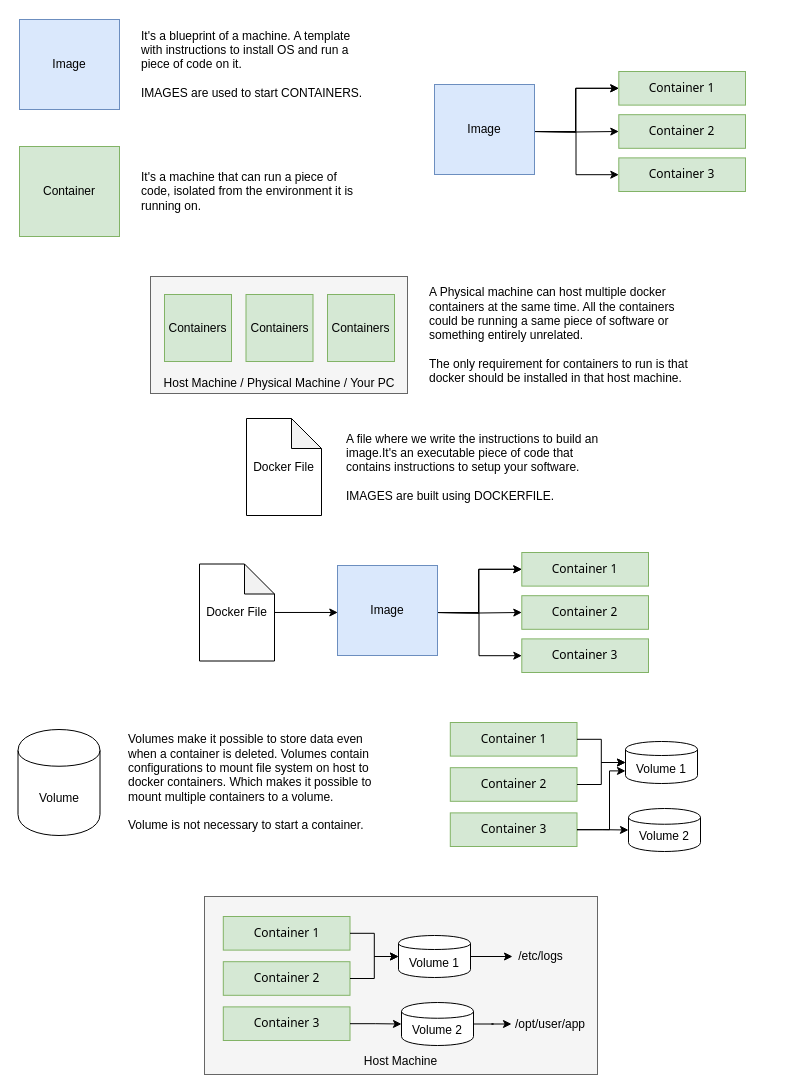
gauthamchettiar/notes keeps this draw.io diagram as page "Basics 1" (3 of 4) of resources/docker/docker.drawio. Above is the earlier version. Source tidied: cells renumbered, new cells numbered last; positions are measured from the earlier drawing's top-left corner, leaving out a move shared by most shapes. Both pictures are drawn from the tidied source at 100%, with x=0, y=0 at pixel (17, 19).
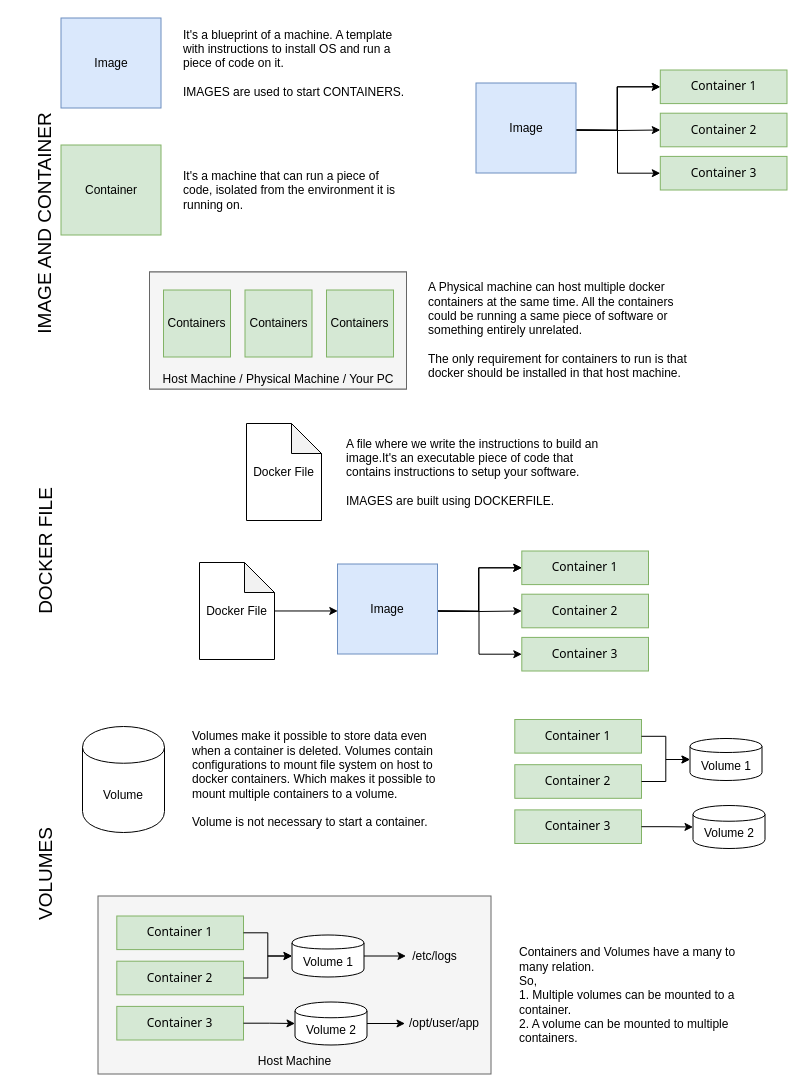
After the change.

Unchanged cells that the change refers to:
```xml
<mxCell id="47" value="Container 3" style="rounded=0;whiteSpace=wrap;html=1;fontFamily=Tahoma;fillColor=#d5e8d4;strokeColor=#82b366;" parent="44" vertex="1">
  <mxGeometry y="90.4" width="126.7" height="33.6" as="geometry" />
</mxCell>
<mxCell id="48" value="&lt;div&gt;Volume 1&lt;/div&gt;" style="shape=cylinder;whiteSpace=wrap;html=1;boundedLbl=1;backgroundOutline=1;align=center;" parent="44" vertex="1">
  <mxGeometry x="175.2" y="19" width="72" height="42" as="geometry" />
</mxCell>
```

Change to the diagram source:
```diff
@@
     <mxCell id="2" style="group;" parent="1" vertex="1">
-      <mxGeometry x="2" y="127" width="350" height="90" as="geometry" />
+      <mxGeometry x="43.5" y="125.5" width="350" height="90" as="geometry" />
     </mxCell>
@@
     <mxCell id="5" style="group;" parent="1" vertex="1">
-      <mxGeometry x="2" width="350" height="90" as="geometry" />
+      <mxGeometry x="43.5" y="-1.5" width="350" height="90" as="geometry" />
     </mxCell>
@@
     <mxCell id="8" style="group;" parent="1" vertex="1">
-      <mxGeometry x="229" y="399" width="355" height="97" as="geometry" />
+      <mxGeometry x="229" y="404" width="355" height="97" as="geometry" />
     </mxCell>
@@
     <mxCell id="11" style="group;" parent="1" vertex="1">
-      <mxGeometry x="417" y="52" width="311" height="120" as="geometry" />
+      <mxGeometry x="458.5" y="50.5" width="311" height="120" as="geometry" />
     </mxCell>
@@
     <mxCell id="20" style="group;" parent="1" vertex="1">
-      <mxGeometry x="182" y="533" width="449" height="120" as="geometry" />
+      <mxGeometry x="182" y="531.5" width="449" height="120" as="geometry" />
     </mxCell>
@@
     <mxCell id="32" style="group;" parent="1" vertex="1">
-      <mxGeometry x="133" y="257" width="547" height="117" as="geometry" />
+      <mxGeometry x="132" y="252.5" width="547" height="117" as="geometry" />
     </mxCell>
@@
     <mxCell id="41" style="group;" parent="1" vertex="1">
-      <mxGeometry x="0.5" y="710" width="358" height="106" as="geometry" />
+      <mxGeometry x="65" y="707" width="358" height="106" as="geometry" />
     </mxCell>
@@
     <mxCell id="44" style="group;" parent="1" vertex="1">
-      <mxGeometry x="432.8" y="703" width="250.2" height="129" as="geometry" />
+      <mxGeometry x="497.3" y="700" width="250.2" height="129" as="geometry" />
     </mxCell>
@@
-    <mxCell id="49" style="edgeStyle=orthogonalEdgeStyle;rounded=0;jettySize=auto;html=1;entryX=0;entryY=0.7;entryDx=0;entryDy=0;" parent="44" edge="1" source="47" target="48">
-      <mxGeometry relative="1" as="geometry">
-        <Array as="points">
-          <mxPoint x="159.2" y="107" />
-          <mxPoint x="159.2" y="48" />
-        </Array>
-      </mxGeometry>
-    </mxCell>
@@
+    <mxCell id="71" style="group;" parent="1" vertex="1">
+      <mxGeometry x="80.5" y="876.5" width="651" height="178" as="geometry" />
+    </mxCell>
-    <mxCell id="54" style="group;" parent="1" vertex="1">
-      <mxGeometry x="187" y="877" width="393" height="178" as="geometry" />
+    <mxCell id="54" style="group;" parent="71" vertex="1">
+      <mxGeometry width="393" height="178" as="geometry" />
     </mxCell>
@@
+    <mxCell id="72" value="&lt;div align=&quot;left&quot;&gt;Containers and Volumes have a many to many relation. &lt;br&gt;&lt;/div&gt;&lt;div align=&quot;left&quot;&gt;So,&lt;br&gt;&lt;/div&gt;&lt;div align=&quot;left&quot;&gt;1. Multiple volumes can be mounted to a container.&lt;/div&gt;&lt;div align=&quot;left&quot;&gt;2. A volume can be mounted to multiple containers.&lt;br&gt;&lt;/div&gt;" style="text;html=1;strokeColor=none;fillColor=none;align=left;verticalAlign=middle;whiteSpace=wrap;rounded=0;" parent="71" vertex="1">
+      <mxGeometry x="419" y="89" width="232" height="20" as="geometry" />
+    </mxCell>
+    <mxCell id="73" value="&lt;font style=&quot;font-size: 19px&quot;&gt;VOLUMES&lt;/font&gt;" style="text;html=1;strokeColor=none;fillColor=none;align=center;verticalAlign=middle;whiteSpace=wrap;rounded=0;rotation=-90;" parent="1" vertex="1">
+      <mxGeometry x="-136" y="844.5" width="328" height="20" as="geometry" />
+    </mxCell>
+    <mxCell id="74" value="&lt;font style=&quot;font-size: 19px&quot;&gt;IMAGE AND CONTAINER&lt;/font&gt;" style="text;html=1;strokeColor=none;fillColor=none;align=center;verticalAlign=middle;whiteSpace=wrap;rounded=0;rotation=-90;" parent="1" vertex="1">
+      <mxGeometry x="-136" y="194" width="328" height="20" as="geometry" />
+    </mxCell>
+    <mxCell id="75" value="&lt;div style=&quot;font-size: 19px&quot;&gt;&lt;font style=&quot;font-size: 19px&quot;&gt;DOCKER FILE&lt;/font&gt;&lt;/div&gt;" style="text;html=1;strokeColor=none;fillColor=none;align=center;verticalAlign=middle;whiteSpace=wrap;rounded=0;rotation=-90;" parent="1" vertex="1">
+      <mxGeometry x="-136" y="521.5" width="328" height="20" as="geometry" />
+    </mxCell>
```
